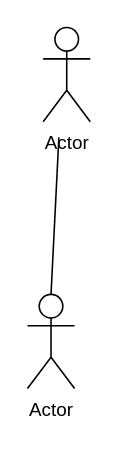
Above: Diagramme_de_contexte_statique.drawio in Adjaro/Modelisation (draw.io), before the change. Source tidied: cells renumbered, new cells numbered last; positions are measured from the earlier drawing's top-left corner, leaving out a move shared by most shapes. Both pictures are drawn from the tidied source at 157%, with x=0, y=0 at pixel (27, 27).
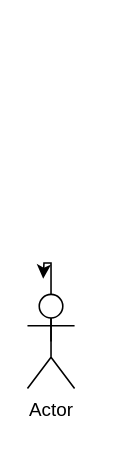
The same page after the edit.

Commit message (it also covers changes not shown here):
Mettre à jour Diagramme_de_contexte_statique.drawio

The edit, as a diff of the source:
```diff
@@
 <mxGraphModel>
   <root>
     <mxCell id="0" />
     <mxCell id="1" parent="0" />
+    <mxCell id="5" style="edgeStyle=orthogonalEdgeStyle;rounded=0;jettySize=auto;html=1;exitX=0.5;exitY=0.5;exitDx=0;exitDy=0;exitPerimeter=0;" parent="1" edge="1" source="2">
+      <mxGeometry relative="1" as="geometry">
+        <mxPoint x="10" y="160" as="targetPoint" />
+      </mxGeometry>
+    </mxCell>
     <mxCell id="2" value="Actor" style="shape=umlActor;verticalLabelPosition=bottom;verticalAlign=top;html=1;outlineConnect=0;" parent="1" vertex="1">
       <mxGeometry y="170" width="30" height="60" as="geometry" />
     </mxCell>
-    <mxCell id="3" value="Actor" style="shape=umlActor;verticalLabelPosition=bottom;verticalAlign=top;html=1;" parent="1" vertex="1">
-      <mxGeometry x="10" width="30" height="60" as="geometry" />
-    </mxCell>
-    <mxCell id="4" style="endArrow=none;html=1;rounded=0;exitX=0.5;exitY=0;exitDx=0;exitDy=0;exitPerimeter=0;" parent="1" edge="1" source="2">
-      <mxGeometry relative="1" as="geometry">
-        <mxPoint x="20" y="70" as="targetPoint" />
-      </mxGeometry>
-    </mxCell>
   </root>
 </mxGraphModel>
```
